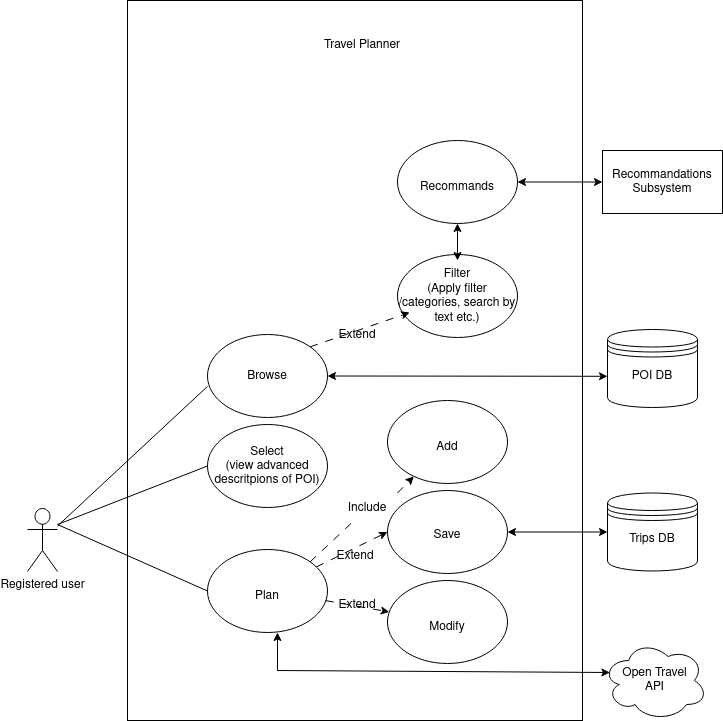
Earlier version of the draw.io export use_cases/travel_planner.png (Qiselong/SE-RASTA). Source tidied: cells renumbered, new cells last; positions are measured from the earlier drawing's top-left corner, leaving out a move shared by most shapes. Its diagram source:
```xml
<mxGraphModel>
  <root>
    <mxCell id="0" />
    <mxCell id="1" parent="0" />
    <mxCell id="2" style="rounded=0;whiteSpace=wrap;html=1;" parent="1" vertex="1">
      <mxGeometry x="100" width="455" height="720" as="geometry" />
    </mxCell>
    <mxCell id="3" value="&lt;div&gt;Registered user&lt;/div&gt;" style="shape=umlActor;verticalLabelPosition=bottom;verticalAlign=top;html=1;outlineConnect=0;" parent="1" vertex="1">
      <mxGeometry y="508" width="30" height="63" as="geometry" />
    </mxCell>
    <mxCell id="4" style="ellipse;whiteSpace=wrap;html=1;" parent="1" vertex="1">
      <mxGeometry x="180" y="334" width="120" height="83" as="geometry" />
    </mxCell>
    <mxCell id="5" value="Browse" style="text;html=1;strokeColor=none;fillColor=none;align=center;verticalAlign=middle;whiteSpace=wrap;rounded=0;" parent="1" vertex="1">
      <mxGeometry x="210" y="359" width="60" height="33" as="geometry" />
    </mxCell>
    <mxCell id="6" style="ellipse;whiteSpace=wrap;html=1;" parent="1" vertex="1">
      <mxGeometry x="370" y="254" width="120" height="83" as="geometry" />
    </mxCell>
    <mxCell id="7" value="&lt;div&gt;Filter&lt;/div&gt;&lt;div&gt;(Apply filter /categories, search by text etc.)&lt;br&gt;&lt;/div&gt;" style="text;html=1;strokeColor=none;fillColor=none;align=center;verticalAlign=middle;whiteSpace=wrap;rounded=0;" parent="1" vertex="1">
      <mxGeometry x="370" y="279" width="120" height="33" as="geometry" />
    </mxCell>
    <mxCell id="8" style="ellipse;whiteSpace=wrap;html=1;" parent="1" vertex="1">
      <mxGeometry x="180" y="549" width="120" height="83" as="geometry" />
    </mxCell>
    <mxCell id="9" value="Plan" style="text;html=1;strokeColor=none;fillColor=none;align=center;verticalAlign=middle;whiteSpace=wrap;rounded=0;" parent="1" vertex="1">
      <mxGeometry x="210" y="579" width="60" height="33" as="geometry" />
    </mxCell>
    <mxCell id="10" style="ellipse;whiteSpace=wrap;html=1;" parent="1" vertex="1">
      <mxGeometry x="370" y="140" width="120" height="83" as="geometry" />
    </mxCell>
    <mxCell id="11" value="Recommands" style="text;html=1;strokeColor=none;fillColor=none;align=center;verticalAlign=middle;whiteSpace=wrap;rounded=0;" parent="1" vertex="1">
      <mxGeometry x="400" y="170" width="60" height="33" as="geometry" />
    </mxCell>
    <mxCell id="12" style="ellipse;whiteSpace=wrap;html=1;" parent="1" vertex="1">
      <mxGeometry x="360" y="400" width="120" height="83" as="geometry" />
    </mxCell>
    <mxCell id="13" value="Add" style="text;html=1;strokeColor=none;fillColor=none;align=center;verticalAlign=middle;whiteSpace=wrap;rounded=0;" parent="1" vertex="1">
      <mxGeometry x="390" y="430" width="60" height="33" as="geometry" />
    </mxCell>
    <mxCell id="14" style="ellipse;whiteSpace=wrap;html=1;" parent="1" vertex="1">
      <mxGeometry x="360" y="490" width="120" height="83" as="geometry" />
    </mxCell>
    <mxCell id="15" value="Save" style="text;html=1;strokeColor=none;fillColor=none;align=center;verticalAlign=middle;whiteSpace=wrap;rounded=0;" parent="1" vertex="1">
      <mxGeometry x="390" y="518" width="60" height="33" as="geometry" />
    </mxCell>
    <mxCell id="16" style="ellipse;whiteSpace=wrap;html=1;" parent="1" vertex="1">
      <mxGeometry x="360" y="580" width="120" height="83" as="geometry" />
    </mxCell>
    <mxCell id="17" value="Modify" style="text;html=1;strokeColor=none;fillColor=none;align=center;verticalAlign=middle;whiteSpace=wrap;rounded=0;" parent="1" vertex="1">
      <mxGeometry x="390" y="610" width="60" height="33" as="geometry" />
    </mxCell>
    <mxCell id="18" style="shape=datastore;whiteSpace=wrap;html=1;" parent="1" vertex="1">
      <mxGeometry x="580" y="329" width="90" height="78" as="geometry" />
    </mxCell>
    <mxCell id="19" value="POI DB" style="text;html=1;strokeColor=none;fillColor=none;align=center;verticalAlign=middle;whiteSpace=wrap;rounded=0;" parent="1" vertex="1">
      <mxGeometry x="595" y="359" width="60" height="33" as="geometry" />
    </mxCell>
    <mxCell id="20" style="edgeStyle=orthogonalEdgeStyle;rounded=0;jettySize=auto;html=1;startArrow=classic;startFill=1;endArrow=classic;endFill=1;" parent="1" edge="1" source="21" target="14">
      <mxGeometry relative="1" as="geometry" />
    </mxCell>
    <mxCell id="21" style="shape=datastore;whiteSpace=wrap;html=1;" parent="1" vertex="1">
      <mxGeometry x="580" y="492.5" width="90" height="78" as="geometry" />
    </mxCell>
    <mxCell id="22" value="Trips DB" style="text;html=1;strokeColor=none;fillColor=none;align=center;verticalAlign=middle;whiteSpace=wrap;rounded=0;" parent="1" vertex="1">
      <mxGeometry x="595" y="522.5" width="60" height="33" as="geometry" />
    </mxCell>
    <mxCell id="23" value="Recommandations Subsystem " style="rounded=0;whiteSpace=wrap;html=1;" parent="1" vertex="1">
      <mxGeometry x="575" y="150" width="120" height="63" as="geometry" />
    </mxCell>
    <mxCell id="24" style="ellipse;whiteSpace=wrap;html=1;" parent="1" vertex="1">
      <mxGeometry x="180" y="424" width="120" height="83" as="geometry" />
    </mxCell>
    <mxCell id="25" value="&lt;div&gt;Select&lt;/div&gt;&lt;div&gt;(view advanced descritpions of POI)&lt;br&gt;&lt;/div&gt;" style="text;html=1;strokeColor=none;fillColor=none;align=center;verticalAlign=middle;whiteSpace=wrap;rounded=0;" parent="1" vertex="1">
      <mxGeometry x="185" y="449" width="110" height="33" as="geometry" />
    </mxCell>
    <mxCell id="26" style="endArrow=none;startArrow=none;html=1;rounded=0;entryX=0;entryY=0.625;entryDx=0;entryDy=0;entryPerimeter=0;startFill=0;endFill=0;" parent="1" edge="1" source="3" target="4">
      <mxGeometry relative="1" as="geometry" />
    </mxCell>
    <mxCell id="27" style="endArrow=none;startArrow=none;html=1;rounded=0;entryX=0;entryY=0.5;entryDx=0;entryDy=0;startFill=0;endFill=0;" parent="1" edge="1" target="24">
      <mxGeometry relative="1" as="geometry">
        <mxPoint x="30" y="524" as="sourcePoint" />
      </mxGeometry>
    </mxCell>
    <mxCell id="28" style="endArrow=none;startArrow=none;html=1;rounded=0;entryX=0;entryY=0.5;entryDx=0;entryDy=0;startFill=0;endFill=0;" parent="1" edge="1" target="8">
      <mxGeometry relative="1" as="geometry">
        <mxPoint x="30" y="524" as="sourcePoint" />
      </mxGeometry>
    </mxCell>
    <mxCell id="29" style="endArrow=classic;startArrow=classic;html=1;rounded=0;exitX=1;exitY=0.5;exitDx=0;exitDy=0;entryX=0;entryY=0.6;entryDx=0;entryDy=0;entryPerimeter=0;" parent="1" edge="1" source="4" target="18">
      <mxGeometry relative="1" as="geometry" />
    </mxCell>
    <mxCell id="30" style="endArrow=classic;startArrow=classic;html=1;rounded=0;exitX=0;exitY=0.5;exitDx=0;exitDy=0;entryX=1;entryY=0.5;entryDx=0;entryDy=0;" parent="1" edge="1" source="23" target="10">
      <mxGeometry relative="1" as="geometry" />
    </mxCell>
    <mxCell id="31" style="endArrow=classic;startArrow=classic;html=1;rounded=0;exitX=0.5;exitY=1;exitDx=0;exitDy=0;" parent="1" edge="1" source="10">
      <mxGeometry relative="1" as="geometry">
        <mxPoint x="430" y="260" as="targetPoint" />
      </mxGeometry>
    </mxCell>
    <mxCell id="32" value="Travel Planner" style="text;html=1;strokeColor=none;fillColor=none;align=center;verticalAlign=middle;whiteSpace=wrap;rounded=0;" parent="1" vertex="1">
      <mxGeometry x="150" y="30" width="370" height="30" as="geometry" />
    </mxCell>
    <mxCell id="33" style="endArrow=classic;html=1;rounded=0;exitX=1;exitY=0;exitDx=0;exitDy=0;dashed=1;dashPattern=8 8;endFill=1;" parent="1" edge="1" source="4" target="7">
      <mxGeometry relative="1" as="geometry" />
    </mxCell>
    <mxCell id="34" value="Extend" style="text;html=1;strokeColor=none;fillColor=none;align=center;verticalAlign=middle;whiteSpace=wrap;rounded=0;" parent="1" vertex="1">
      <mxGeometry x="300" y="320" width="60" height="30" as="geometry" />
    </mxCell>
    <mxCell id="35" style="endArrow=classic;dashed=1;html=1;rounded=0;dashPattern=8 8;entryX=0;entryY=0.5;entryDx=0;entryDy=0;endFill=1;" parent="1" edge="1" source="8" target="14">
      <mxGeometry relative="1" as="geometry" />
    </mxCell>
    <mxCell id="36" style="endArrow=classic;dashed=1;html=1;rounded=0;dashPattern=8 8;endFill=1;" parent="1" edge="1" source="8" target="16">
      <mxGeometry relative="1" as="geometry" />
    </mxCell>
    <mxCell id="37" style="endArrow=classic;dashed=1;html=1;rounded=0;dashPattern=8 8;exitX=1;exitY=0;exitDx=0;exitDy=0;endFill=1;startArrow=none;" parent="1" edge="1" source="39" target="12">
      <mxGeometry relative="1" as="geometry" />
    </mxCell>
    <mxCell id="38" style="endArrow=none;dashed=1;html=1;rounded=0;dashPattern=8 8;exitX=1;exitY=0;exitDx=0;exitDy=0;endFill=1;" parent="1" edge="1" source="8" target="39">
      <mxGeometry relative="1" as="geometry" />
    </mxCell>
    <mxCell id="39" value="Include" style="text;html=1;strokeColor=none;fillColor=none;align=center;verticalAlign=middle;whiteSpace=wrap;rounded=0;" parent="1" vertex="1">
      <mxGeometry x="310" y="492.5" width="60" height="30" as="geometry" />
    </mxCell>
    <mxCell id="40" value="Extend" style="text;html=1;strokeColor=none;fillColor=none;align=center;verticalAlign=middle;whiteSpace=wrap;rounded=0;" parent="1" vertex="1">
      <mxGeometry x="300" y="590" width="60" height="30" as="geometry" />
    </mxCell>
    <mxCell id="41" value="&lt;div&gt;Extend&lt;/div&gt;" style="text;html=1;strokeColor=none;fillColor=none;align=center;verticalAlign=middle;whiteSpace=wrap;rounded=0;" parent="1" vertex="1">
      <mxGeometry x="297.5" y="541" width="60" height="30" as="geometry" />
    </mxCell>
    <mxCell id="42" value="&lt;div&gt;Open Travel&lt;/div&gt;&lt;div&gt;API&lt;br&gt;&lt;/div&gt;" style="ellipse;shape=cloud;whiteSpace=wrap;html=1;" parent="1" vertex="1">
      <mxGeometry x="575" y="640" width="105" height="80" as="geometry" />
    </mxCell>
    <mxCell id="43" style="endArrow=classic;startArrow=classic;html=1;rounded=0;entryX=0.07;entryY=0.4;entryDx=0;entryDy=0;entryPerimeter=0;exitX=0.583;exitY=1;exitDx=0;exitDy=0;exitPerimeter=0;" parent="1" edge="1" source="8" target="42">
      <mxGeometry relative="1" as="geometry">
        <Array as="points">
          <mxPoint x="250" y="670" />
        </Array>
      </mxGeometry>
    </mxCell>
  </root>
</mxGraphModel>
```
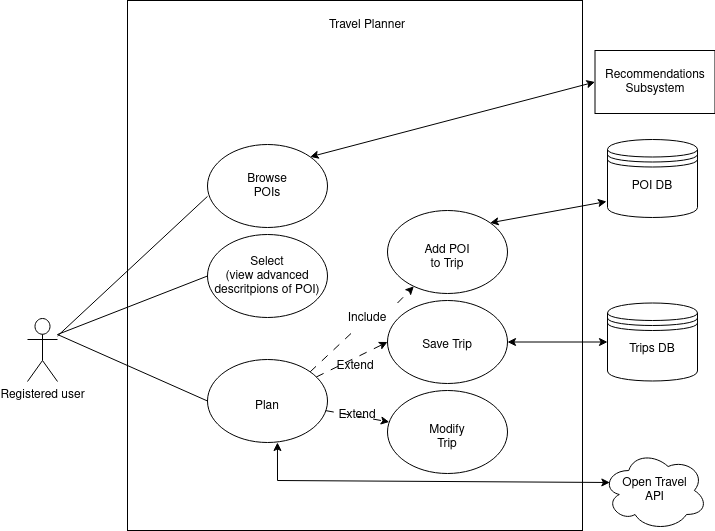
Later version of the same file.

Diff of the diagram source:
```diff
@@ -3,7 +3,7 @@
     <mxCell id="0" />
     <mxCell id="1" parent="0" />
     <mxCell id="2" style="rounded=0;whiteSpace=wrap;html=1;" parent="1" vertex="1">
-      <mxGeometry x="100" width="455" height="720" as="geometry" />
+      <mxGeometry x="100" y="190" width="455" height="530" as="geometry" />
     </mxCell>
     <mxCell id="3" value="&lt;div&gt;Registered user&lt;/div&gt;" style="shape=umlActor;verticalLabelPosition=bottom;verticalAlign=top;html=1;outlineConnect=0;" parent="1" vertex="1">
       <mxGeometry y="508" width="30" height="63" as="geometry" />
@@ -11,43 +11,31 @@
     <mxCell id="4" style="ellipse;whiteSpace=wrap;html=1;" parent="1" vertex="1">
       <mxGeometry x="180" y="334" width="120" height="83" as="geometry" />
     </mxCell>
-    <mxCell id="5" value="Browse" style="text;html=1;strokeColor=none;fillColor=none;align=center;verticalAlign=middle;whiteSpace=wrap;rounded=0;" parent="1" vertex="1">
+    <mxCell id="5" value="Browse POIs" style="text;html=1;strokeColor=none;fillColor=none;align=center;verticalAlign=middle;whiteSpace=wrap;rounded=0;" parent="1" vertex="1">
       <mxGeometry x="210" y="359" width="60" height="33" as="geometry" />
     </mxCell>
-    <mxCell id="6" style="ellipse;whiteSpace=wrap;html=1;" parent="1" vertex="1">
-      <mxGeometry x="370" y="254" width="120" height="83" as="geometry" />
-    </mxCell>
-    <mxCell id="7" value="&lt;div&gt;Filter&lt;/div&gt;&lt;div&gt;(Apply filter /categories, search by text etc.)&lt;br&gt;&lt;/div&gt;" style="text;html=1;strokeColor=none;fillColor=none;align=center;verticalAlign=middle;whiteSpace=wrap;rounded=0;" parent="1" vertex="1">
-      <mxGeometry x="370" y="279" width="120" height="33" as="geometry" />
-    </mxCell>
     <mxCell id="8" style="ellipse;whiteSpace=wrap;html=1;" parent="1" vertex="1">
       <mxGeometry x="180" y="549" width="120" height="83" as="geometry" />
     </mxCell>
     <mxCell id="9" value="Plan" style="text;html=1;strokeColor=none;fillColor=none;align=center;verticalAlign=middle;whiteSpace=wrap;rounded=0;" parent="1" vertex="1">
       <mxGeometry x="210" y="579" width="60" height="33" as="geometry" />
     </mxCell>
-    <mxCell id="10" style="ellipse;whiteSpace=wrap;html=1;" parent="1" vertex="1">
-      <mxGeometry x="370" y="140" width="120" height="83" as="geometry" />
-    </mxCell>
-    <mxCell id="11" value="Recommands" style="text;html=1;strokeColor=none;fillColor=none;align=center;verticalAlign=middle;whiteSpace=wrap;rounded=0;" parent="1" vertex="1">
-      <mxGeometry x="400" y="170" width="60" height="33" as="geometry" />
-    </mxCell>
     <mxCell id="12" style="ellipse;whiteSpace=wrap;html=1;" parent="1" vertex="1">
       <mxGeometry x="360" y="400" width="120" height="83" as="geometry" />
     </mxCell>
-    <mxCell id="13" value="Add" style="text;html=1;strokeColor=none;fillColor=none;align=center;verticalAlign=middle;whiteSpace=wrap;rounded=0;" parent="1" vertex="1">
+    <mxCell id="13" value="Add POI to Trip" style="text;html=1;strokeColor=none;fillColor=none;align=center;verticalAlign=middle;whiteSpace=wrap;rounded=0;" parent="1" vertex="1">
       <mxGeometry x="390" y="430" width="60" height="33" as="geometry" />
     </mxCell>
     <mxCell id="14" style="ellipse;whiteSpace=wrap;html=1;" parent="1" vertex="1">
       <mxGeometry x="360" y="490" width="120" height="83" as="geometry" />
     </mxCell>
-    <mxCell id="15" value="Save" style="text;html=1;strokeColor=none;fillColor=none;align=center;verticalAlign=middle;whiteSpace=wrap;rounded=0;" parent="1" vertex="1">
+    <mxCell id="15" value="Save Trip" style="text;html=1;strokeColor=none;fillColor=none;align=center;verticalAlign=middle;whiteSpace=wrap;rounded=0;" parent="1" vertex="1">
       <mxGeometry x="390" y="518" width="60" height="33" as="geometry" />
     </mxCell>
     <mxCell id="16" style="ellipse;whiteSpace=wrap;html=1;" parent="1" vertex="1">
       <mxGeometry x="360" y="580" width="120" height="83" as="geometry" />
     </mxCell>
-    <mxCell id="17" value="Modify" style="text;html=1;strokeColor=none;fillColor=none;align=center;verticalAlign=middle;whiteSpace=wrap;rounded=0;" parent="1" vertex="1">
+    <mxCell id="17" value="Modify Trip" style="text;html=1;strokeColor=none;fillColor=none;align=center;verticalAlign=middle;whiteSpace=wrap;rounded=0;" parent="1" vertex="1">
       <mxGeometry x="390" y="610" width="60" height="33" as="geometry" />
     </mxCell>
     <mxCell id="18" style="shape=datastore;whiteSpace=wrap;html=1;" parent="1" vertex="1">
@@ -65,8 +53,8 @@
     <mxCell id="22" value="Trips DB" style="text;html=1;strokeColor=none;fillColor=none;align=center;verticalAlign=middle;whiteSpace=wrap;rounded=0;" parent="1" vertex="1">
       <mxGeometry x="595" y="522.5" width="60" height="33" as="geometry" />
     </mxCell>
-    <mxCell id="23" value="Recommandations Subsystem " style="rounded=0;whiteSpace=wrap;html=1;" parent="1" vertex="1">
-      <mxGeometry x="575" y="150" width="120" height="63" as="geometry" />
+    <mxCell id="23" value="Recommendations Subsystem " style="rounded=0;whiteSpace=wrap;html=1;" parent="1" vertex="1">
+      <mxGeometry x="567.5" y="240" width="120" height="63" as="geometry" />
     </mxCell>
     <mxCell id="24" style="ellipse;whiteSpace=wrap;html=1;" parent="1" vertex="1">
       <mxGeometry x="180" y="424" width="120" height="83" as="geometry" />
@@ -87,26 +75,12 @@
         <mxPoint x="30" y="524" as="sourcePoint" />
       </mxGeometry>
     </mxCell>
-    <mxCell id="29" style="endArrow=classic;startArrow=classic;html=1;rounded=0;exitX=1;exitY=0.5;exitDx=0;exitDy=0;entryX=0;entryY=0.6;entryDx=0;entryDy=0;entryPerimeter=0;" parent="1" edge="1" source="4" target="18">
-      <mxGeometry relative="1" as="geometry" />
-    </mxCell>
-    <mxCell id="30" style="endArrow=classic;startArrow=classic;html=1;rounded=0;exitX=0;exitY=0.5;exitDx=0;exitDy=0;entryX=1;entryY=0.5;entryDx=0;entryDy=0;" parent="1" edge="1" source="23" target="10">
+    <mxCell id="30" style="endArrow=classic;startArrow=classic;html=1;rounded=0;exitX=0;exitY=0.5;exitDx=0;exitDy=0;entryX=1;entryY=0;entryDx=0;entryDy=0;" parent="1" edge="1" source="23" target="4">
       <mxGeometry relative="1" as="geometry" />
     </mxCell>
-    <mxCell id="31" style="endArrow=classic;startArrow=classic;html=1;rounded=0;exitX=0.5;exitY=1;exitDx=0;exitDy=0;" parent="1" edge="1" source="10">
-      <mxGeometry relative="1" as="geometry">
-        <mxPoint x="430" y="260" as="targetPoint" />
-      </mxGeometry>
-    </mxCell>
     <mxCell id="32" value="Travel Planner" style="text;html=1;strokeColor=none;fillColor=none;align=center;verticalAlign=middle;whiteSpace=wrap;rounded=0;" parent="1" vertex="1">
-      <mxGeometry x="150" y="30" width="370" height="30" as="geometry" />
+      <mxGeometry x="155" y="200" width="370" height="30" as="geometry" />
     </mxCell>
-    <mxCell id="33" style="endArrow=classic;html=1;rounded=0;exitX=1;exitY=0;exitDx=0;exitDy=0;dashed=1;dashPattern=8 8;endFill=1;" parent="1" edge="1" source="4" target="7">
-      <mxGeometry relative="1" as="geometry" />
-    </mxCell>
-    <mxCell id="34" value="Extend" style="text;html=1;strokeColor=none;fillColor=none;align=center;verticalAlign=middle;whiteSpace=wrap;rounded=0;" parent="1" vertex="1">
-      <mxGeometry x="300" y="320" width="60" height="30" as="geometry" />
-    </mxCell>
     <mxCell id="35" style="endArrow=classic;dashed=1;html=1;rounded=0;dashPattern=8 8;entryX=0;entryY=0.5;entryDx=0;entryDy=0;endFill=1;" parent="1" edge="1" source="8" target="14">
       <mxGeometry relative="1" as="geometry" />
     </mxCell>
@@ -138,5 +112,8 @@
         </Array>
       </mxGeometry>
     </mxCell>
+    <mxCell id="44" style="endArrow=classic;startArrow=classic;html=1;rounded=0;entryX=-0.011;entryY=0.795;entryDx=0;entryDy=0;entryPerimeter=0;exitX=1;exitY=0;exitDx=0;exitDy=0;" parent="1" edge="1" source="12" target="18">
+      <mxGeometry relative="1" as="geometry" />
+    </mxCell>
   </root>
 </mxGraphModel>
```
